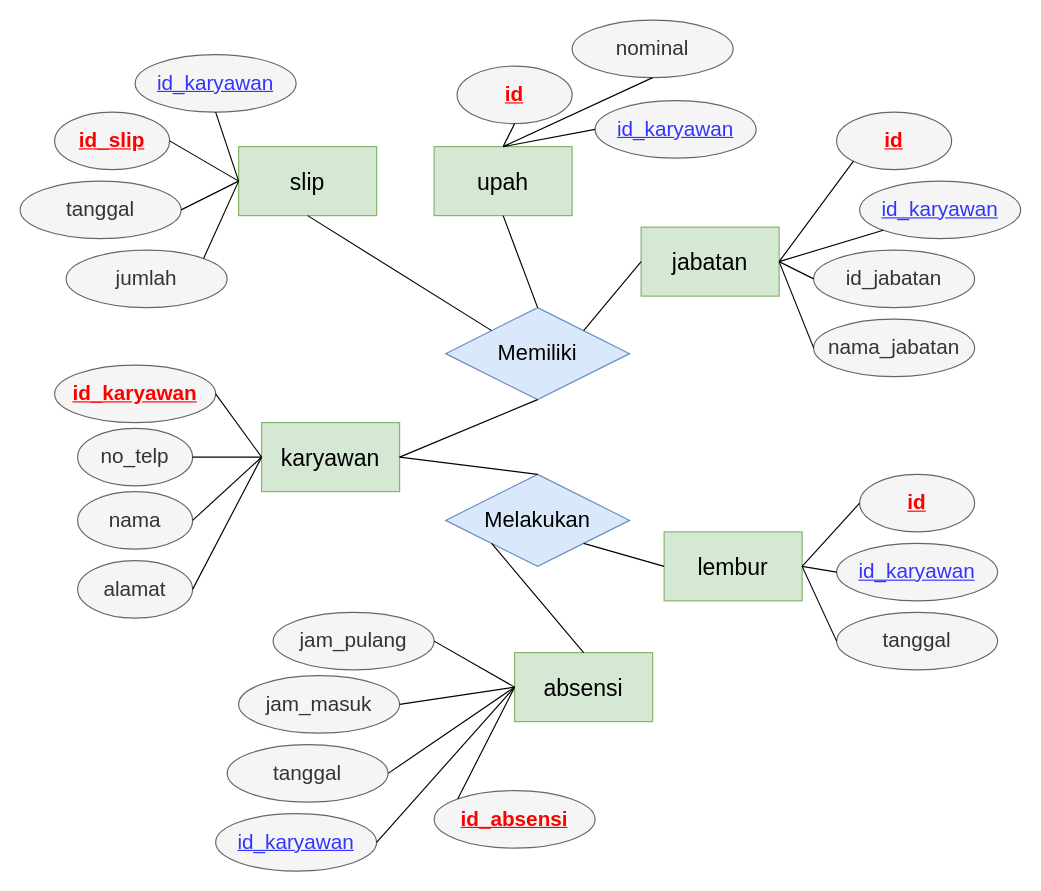
Before: DFD Sistem Informasi Penggajian/ERD/ERD.drawio in rshby/Belajar_Sertifikasi_System_Analist, a draw.io diagram. Source tidied: cells renumbered, new cells numbered last; positions are measured from the earlier drawing's top-left corner, leaving out a move shared by most shapes. Both pictures are drawn from the tidied source at 115%, with x=0, y=0 at pixel (20, 20).
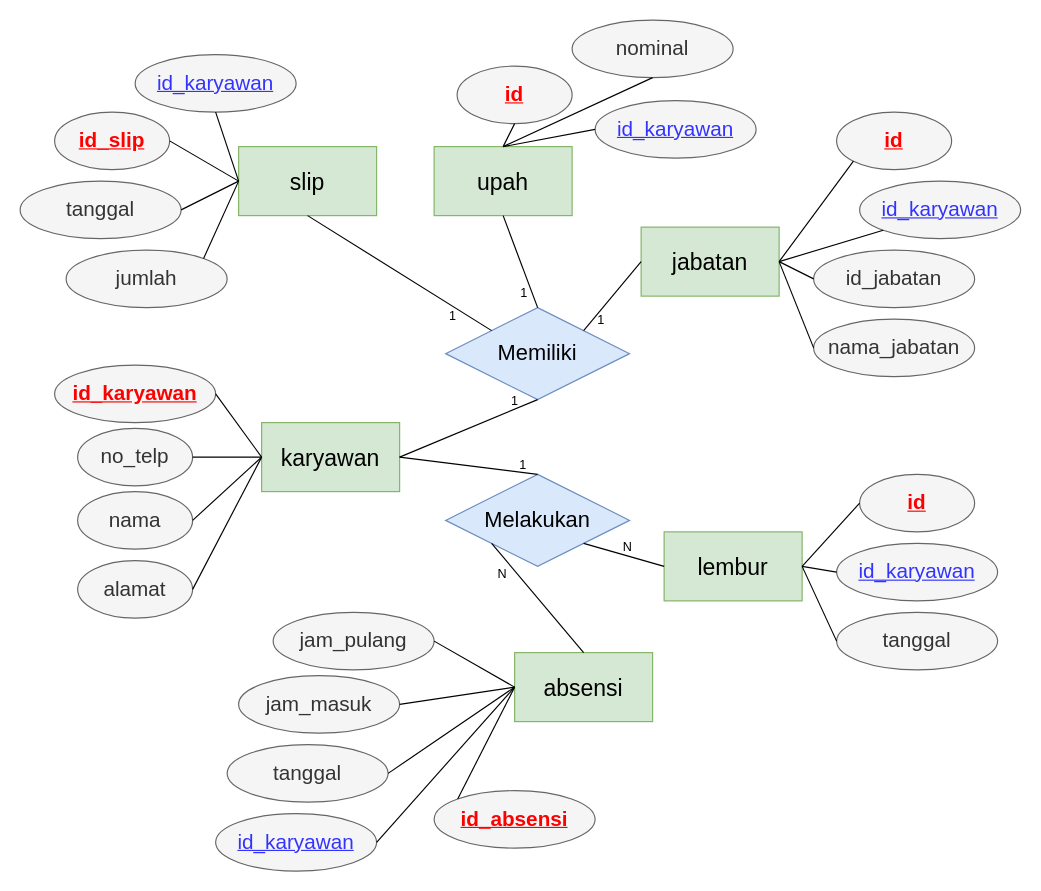
After the change.

The change refers to these unchanged cells:
```xml
<mxCell id="48" style="endArrow=none;html=1;exitX=1;exitY=0.5;exitDx=0;exitDy=0;entryX=0.5;entryY=1;entryDx=0;entryDy=0;" parent="1" edge="1" source="2" target="24">
  <mxGeometry relative="1" as="geometry" />
</mxCell>
<mxCell id="49" style="endArrow=none;html=1;exitX=1;exitY=0;exitDx=0;exitDy=0;entryX=0;entryY=0.5;entryDx=0;entryDy=0;" parent="1" edge="1" source="24" target="3">
  <mxGeometry relative="1" as="geometry" />
</mxCell>
<mxCell id="50" style="endArrow=none;html=1;exitX=0.5;exitY=0;exitDx=0;exitDy=0;exitPerimeter=0;entryX=0.5;entryY=1;entryDx=0;entryDy=0;" parent="1" edge="1" source="24" target="4">
  <mxGeometry relative="1" as="geometry" />
</mxCell>
<mxCell id="51" style="endArrow=none;html=1;exitX=0;exitY=0;exitDx=0;exitDy=0;entryX=0.5;entryY=1;entryDx=0;entryDy=0;" parent="1" edge="1" source="24" target="7">
  <mxGeometry relative="1" as="geometry" />
</mxCell>
<mxCell id="52" style="endArrow=none;html=1;exitX=1;exitY=0.5;exitDx=0;exitDy=0;entryX=0.5;entryY=0;entryDx=0;entryDy=0;" parent="1" edge="1" source="2" target="25">
  <mxGeometry relative="1" as="geometry" />
</mxCell>
<mxCell id="53" style="endArrow=none;html=1;exitX=1;exitY=1;exitDx=0;exitDy=0;entryX=0;entryY=0.5;entryDx=0;entryDy=0;" parent="1" edge="1" source="25" target="6">
  <mxGeometry relative="1" as="geometry" />
</mxCell>
<mxCell id="54" style="endArrow=none;html=1;exitX=0;exitY=1;exitDx=0;exitDy=0;entryX=0.5;entryY=0;entryDx=0;entryDy=0;" parent="1" edge="1" source="25" target="5">
  <mxGeometry relative="1" as="geometry" />
</mxCell>
```

What changed in the source:
```diff
@@
+    <mxCell id="63" value="1" style="edgeLabel;html=1;align=center;verticalAlign=middle;labelBackgroundColor=none;" parent="48" vertex="1">
+      <mxGeometry x="-0.57" y="1" relative="1" as="geometry">
+        <mxPoint x="74.3" y="-38.2" as="offset" />
+      </mxGeometry>
+    </mxCell>
@@
+    <mxCell id="64" value="1" style="edgeLabel;html=1;align=center;verticalAlign=middle;labelBackgroundColor=none;" parent="49" vertex="1">
+      <mxGeometry x="-0.45" y="-1" relative="1" as="geometry">
+        <mxPoint x="0.5" y="5.8" as="offset" />
+      </mxGeometry>
+    </mxCell>
@@
+    <mxCell id="65" value="1" style="edgeLabel;html=1;align=center;verticalAlign=middle;labelBackgroundColor=none;" parent="50" vertex="1">
+      <mxGeometry x="-0.53" y="1" relative="1" as="geometry">
+        <mxPoint x="-5" y="5" as="offset" />
+      </mxGeometry>
+    </mxCell>
@@
+    <mxCell id="66" value="1" style="edgeLabel;html=1;align=center;verticalAlign=middle;labelBackgroundColor=none;" parent="51" vertex="1">
+      <mxGeometry x="-0.64" relative="1" as="geometry">
+        <mxPoint x="-6" y="5" as="offset" />
+      </mxGeometry>
+    </mxCell>
@@
+    <mxCell id="67" value="1" style="edgeLabel;html=1;align=center;verticalAlign=middle;labelBackgroundColor=none;" parent="52" vertex="1">
+      <mxGeometry x="0.42" y="-1" relative="1" as="geometry">
+        <mxPoint x="21.1" y="-5" as="offset" />
+      </mxGeometry>
+    </mxCell>
@@
+    <mxCell id="68" value="N" style="edgeLabel;html=1;align=center;verticalAlign=middle;labelBackgroundColor=none;" parent="53" vertex="1">
+      <mxGeometry x="-0.3" y="1" relative="1" as="geometry">
+        <mxPoint x="13" y="-3" as="offset" />
+      </mxGeometry>
+    </mxCell>
@@
+    <mxCell id="69" value="N" style="edgeLabel;html=1;align=center;verticalAlign=middle;labelBackgroundColor=none;" parent="54" vertex="1">
+      <mxGeometry x="-0.45" relative="1" as="geometry">
+        <mxPoint x="-13" as="offset" />
+      </mxGeometry>
+    </mxCell>
```
